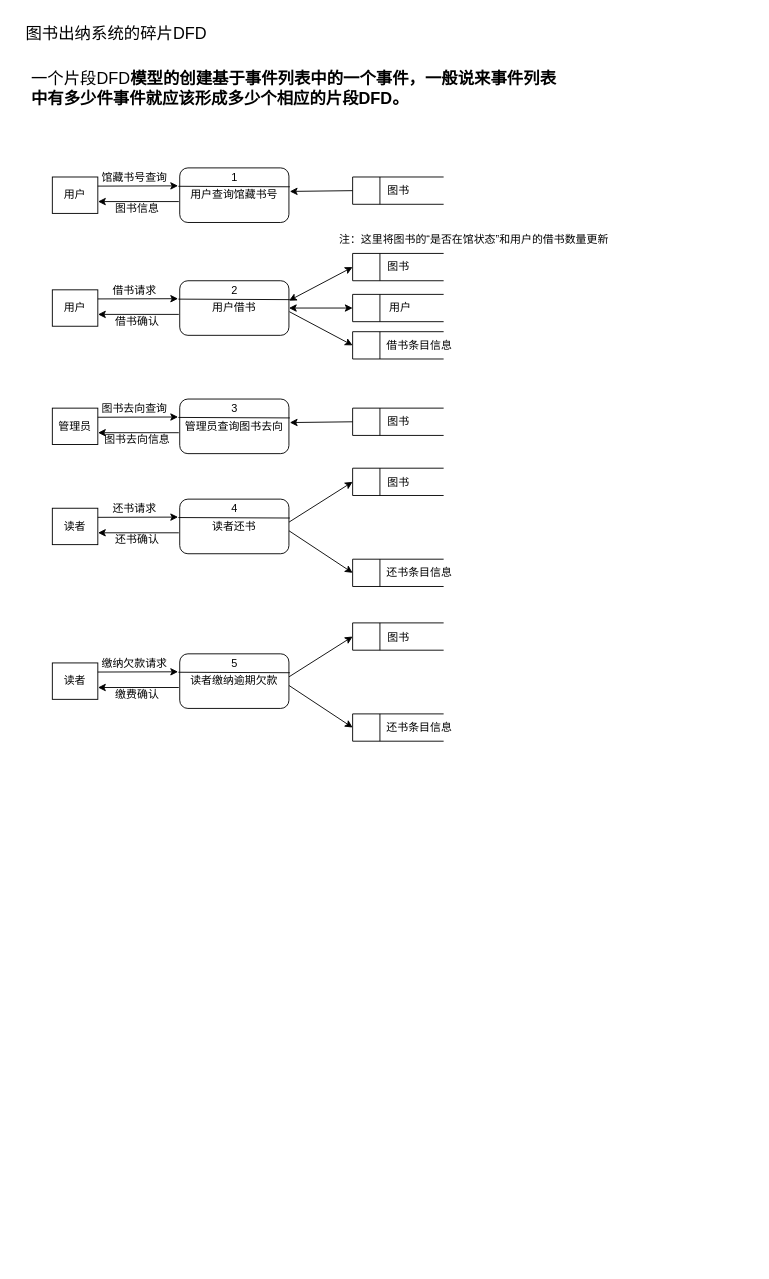
Above: Untitled Diagram.drawio in nju123/R (draw.io), before the change. Source tidied: cells renumbered, new cells numbered last; positions are measured from the earlier drawing's top-left corner, leaving out a move shared by most shapes. Both pictures are drawn from the tidied source at 91%, with x=0, y=0 at pixel (15, 15).
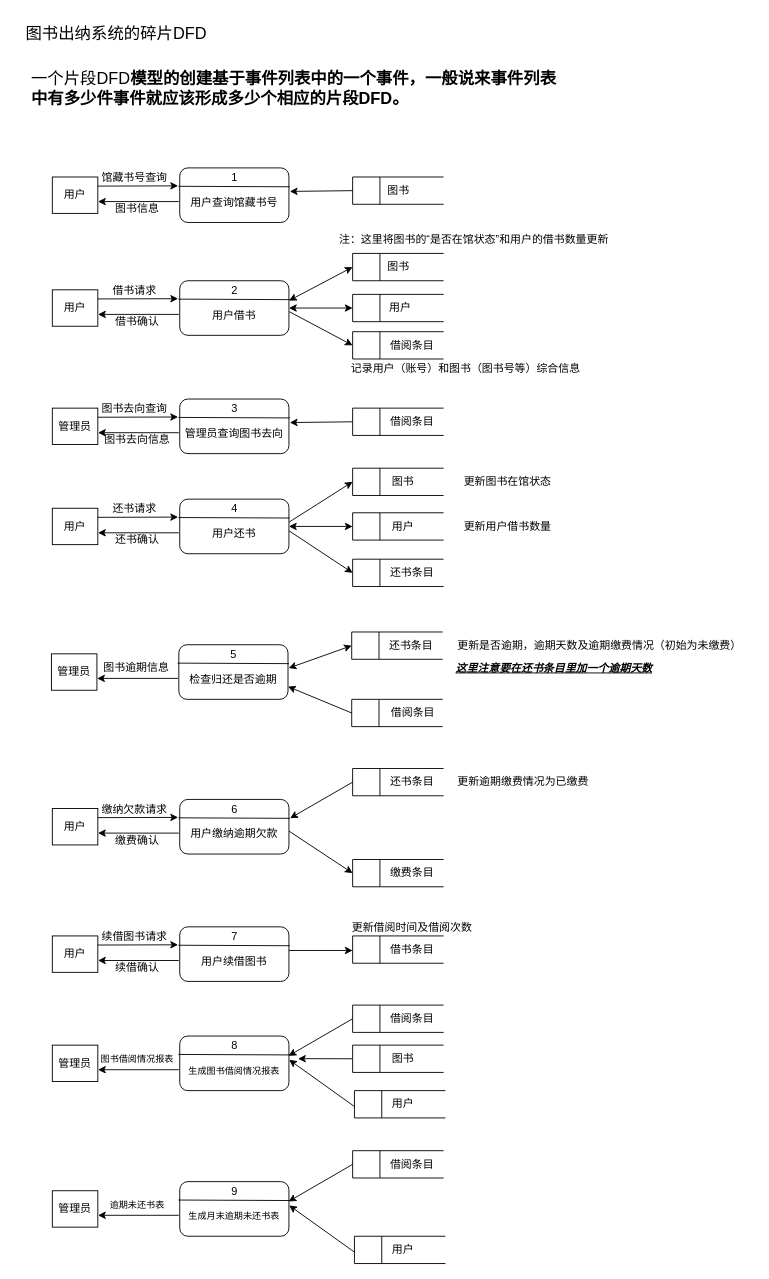
The same diagram, later.

Change to the diagram source:
```diff
@@
-    <mxCell id="4" value="用户查询馆藏书号" style="rounded=1;whiteSpace=wrap;html=1;" parent="1" vertex="1">
+    <mxCell id="4" value="&lt;br&gt;用户查询馆藏书号" style="rounded=1;whiteSpace=wrap;html=1;" parent="1" vertex="1">
       <mxGeometry x="180" y="167" width="120" height="60" as="geometry" />
     </mxCell>
@@
-    <mxCell id="15" value="用户借书" style="rounded=1;whiteSpace=wrap;html=1;" parent="1" vertex="1">
+    <mxCell id="15" value="&lt;br&gt;用户借书" style="rounded=1;whiteSpace=wrap;html=1;" parent="1" vertex="1">
       <mxGeometry x="180" y="291" width="120" height="60" as="geometry" />
     </mxCell>
@@
-    <mxCell id="26" value="借书条目信息" style="text;html=1;align=center;verticalAlign=middle;strokeColor=none;fillColor=none;" parent="1" vertex="1">
-      <mxGeometry x="393" y="347" width="100" height="30" as="geometry" />
+    <mxCell id="26" value="借阅条目" style="text;html=1;align=center;verticalAlign=middle;strokeColor=none;fillColor=none;" parent="1" vertex="1">
+      <mxGeometry x="400" y="347" width="70" height="30" as="geometry" />
     </mxCell>
@@
-    <mxCell id="28" value="管理员查询图书去向" style="rounded=1;whiteSpace=wrap;html=1;" parent="1" vertex="1">
+    <mxCell id="28" value="&lt;br&gt;管理员查询图书去向" style="rounded=1;whiteSpace=wrap;html=1;" parent="1" vertex="1">
       <mxGeometry x="180" y="421" width="120" height="60" as="geometry" />
     </mxCell>
@@
-    <mxCell id="37" value="图书" style="text;html=1;align=center;verticalAlign=middle;strokeColor=none;fillColor=none;" parent="1" vertex="1">
-      <mxGeometry x="395" y="431" width="50" height="30" as="geometry" />
+    <mxCell id="37" value="借阅条目" style="text;html=1;align=center;verticalAlign=middle;strokeColor=none;fillColor=none;" parent="1" vertex="1">
+      <mxGeometry x="400" y="431" width="70" height="30" as="geometry" />
     </mxCell>
@@
-    <mxCell id="41" value="读者还书" style="rounded=1;whiteSpace=wrap;html=1;" parent="1" vertex="1">
+    <mxCell id="41" value="&lt;br&gt;用户还书" style="rounded=1;whiteSpace=wrap;html=1;" parent="1" vertex="1">
       <mxGeometry x="180" y="531" width="120" height="60" as="geometry" />
     </mxCell>
@@
-    <mxCell id="44" value="读者" style="html=1;dashed=0;whiteSpace=wrap;" parent="1" vertex="1">
+    <mxCell id="44" value="用户" style="html=1;dashed=0;whiteSpace=wrap;" parent="1" vertex="1">
       <mxGeometry x="40" y="541" width="50" height="40" as="geometry" />
     </mxCell>
@@
     <mxCell id="50" value="图书" style="text;html=1;align=center;verticalAlign=middle;strokeColor=none;fillColor=none;" parent="1" vertex="1">
-      <mxGeometry x="395" y="498" width="50" height="30" as="geometry" />
+      <mxGeometry x="400" y="497" width="50" height="30" as="geometry" />
     </mxCell>
@@
-    <mxCell id="54" value="还书条目信息" style="text;html=1;align=center;verticalAlign=middle;strokeColor=none;fillColor=none;" parent="1" vertex="1">
-      <mxGeometry x="393" y="597" width="100" height="30" as="geometry" />
+    <mxCell id="54" value="还书条目" style="text;html=1;align=center;verticalAlign=middle;strokeColor=none;fillColor=none;" parent="1" vertex="1">
+      <mxGeometry x="400" y="597" width="70" height="30" as="geometry" />
     </mxCell>
-    <mxCell id="55" value="读者缴纳逾期欠款" style="rounded=1;whiteSpace=wrap;html=1;" parent="1" vertex="1">
-      <mxGeometry x="180" y="701" width="120" height="60" as="geometry" />
+    <mxCell id="55" value="&lt;br&gt;用户缴纳逾期欠款" style="rounded=1;whiteSpace=wrap;html=1;" parent="1" vertex="1">
+      <mxGeometry x="180" y="861" width="120" height="60" as="geometry" />
     </mxCell>
@@
-    <mxCell id="57" value="5" style="text;html=1;align=center;verticalAlign=middle;strokeColor=none;fillColor=none;" parent="1" vertex="1">
-      <mxGeometry x="225" y="697" width="30" height="30" as="geometry" />
+    <mxCell id="57" value="6" style="text;html=1;align=center;verticalAlign=middle;strokeColor=none;fillColor=none;" parent="1" vertex="1">
+      <mxGeometry x="225" y="857" width="30" height="30" as="geometry" />
     </mxCell>
-    <mxCell id="58" value="读者" style="html=1;dashed=0;whiteSpace=wrap;" parent="1" vertex="1">
-      <mxGeometry x="40" y="711" width="50" height="40" as="geometry" />
+    <mxCell id="58" value="用户" style="html=1;dashed=0;whiteSpace=wrap;" parent="1" vertex="1">
+      <mxGeometry x="40" y="871" width="50" height="40" as="geometry" />
     </mxCell>
@@
     <mxCell id="60" value="缴纳欠款请求" style="text;html=1;align=center;verticalAlign=middle;strokeColor=none;fillColor=none;" parent="1" vertex="1">
-      <mxGeometry x="80" y="697" width="100" height="30" as="geometry" />
+      <mxGeometry x="80" y="857" width="100" height="30" as="geometry" />
     </mxCell>
     <mxCell id="61" style="endArrow=classic;html=1;rounded=0;entryX=1.005;entryY=0.625;entryDx=0;entryDy=0;entryPerimeter=0;" parent="1" edge="1">
       <mxGeometry relative="1" as="geometry">
-        <mxPoint x="179" y="738" as="sourcePoint" />
-        <mxPoint x="90.2" y="738" as="targetPoint" />
+        <mxPoint x="179" y="898" as="sourcePoint" />
+        <mxPoint x="90.2" y="898" as="targetPoint" />
       </mxGeometry>
     </mxCell>
     <mxCell id="62" value="缴费确认" style="text;html=1;align=center;verticalAlign=middle;strokeColor=none;fillColor=none;" parent="1" vertex="1">
-      <mxGeometry x="98" y="731" width="70" height="30" as="geometry" />
+      <mxGeometry x="98" y="891" width="70" height="30" as="geometry" />
     </mxCell>
     <mxCell id="63" style="html=1;dashed=0;whiteSpace=wrap;shape=mxgraph.dfd.dataStoreID;align=left;spacingLeft=3;points=[[0,0],[0.5,0],[1,0],[0,0.5],[1,0.5],[0,1],[0.5,1],[1,1]];" parent="1" vertex="1">
-      <mxGeometry x="370" y="667" width="100" height="30" as="geometry" />
+      <mxGeometry x="370" y="827" width="100" height="30" as="geometry" />
     </mxCell>
-    <mxCell id="64" value="图书" style="text;html=1;align=center;verticalAlign=middle;strokeColor=none;fillColor=none;" parent="1" vertex="1">
-      <mxGeometry x="395" y="668" width="50" height="30" as="geometry" />
+    <mxCell id="64" value="还书条目" style="text;html=1;align=center;verticalAlign=middle;strokeColor=none;fillColor=none;" parent="1" vertex="1">
+      <mxGeometry x="400" y="827" width="70" height="30" as="geometry" />
     </mxCell>
-    <mxCell id="65" style="endArrow=classic;html=1;rounded=0;entryX=0;entryY=0.5;entryDx=0;entryDy=0;exitX=1.001;exitY=0.421;exitDx=0;exitDy=0;exitPerimeter=0;" parent="1" edge="1" source="55" target="63">
-      <mxGeometry relative="1" as="geometry" />
-    </mxCell>
     <mxCell id="66" style="html=1;dashed=0;whiteSpace=wrap;shape=mxgraph.dfd.dataStoreID;align=left;spacingLeft=3;points=[[0,0],[0.5,0],[1,0],[0,0.5],[1,0.5],[0,1],[0.5,1],[1,1]];" parent="1" vertex="1">
-      <mxGeometry x="370" y="767" width="100" height="30" as="geometry" />
+      <mxGeometry x="370" y="927" width="100" height="30" as="geometry" />
     </mxCell>
@@
-    <mxCell id="68" value="还书条目信息" style="text;html=1;align=center;verticalAlign=middle;strokeColor=none;fillColor=none;" parent="1" vertex="1">
-      <mxGeometry x="393" y="767" width="100" height="30" as="geometry" />
+    <mxCell id="68" value="缴费条目" style="text;html=1;align=center;verticalAlign=middle;strokeColor=none;fillColor=none;" parent="1" vertex="1">
+      <mxGeometry x="400" y="927" width="70" height="30" as="geometry" />
     </mxCell>
@@
+    <mxCell id="72" value="&lt;br&gt;用户续借图书" style="rounded=1;whiteSpace=wrap;html=1;" parent="1" vertex="1">
+      <mxGeometry x="180" y="1001" width="120" height="60" as="geometry" />
+    </mxCell>
+    <mxCell id="73" style="endArrow=none;html=1;rounded=0;exitX=-0.012;exitY=0.337;exitDx=0;exitDy=0;exitPerimeter=0;entryX=1.008;entryY=0.346;entryDx=0;entryDy=0;entryPerimeter=0;" parent="1" edge="1" source="72" target="72">
+      <mxGeometry relative="1" as="geometry" />
+    </mxCell>
+    <mxCell id="74" value="7" style="text;html=1;align=center;verticalAlign=middle;strokeColor=none;fillColor=none;" parent="1" vertex="1">
+      <mxGeometry x="225" y="997" width="30" height="30" as="geometry" />
+    </mxCell>
+    <mxCell id="75" value="用户" style="html=1;dashed=0;whiteSpace=wrap;" parent="1" vertex="1">
+      <mxGeometry x="40" y="1011" width="50" height="40" as="geometry" />
+    </mxCell>
+    <mxCell id="76" style="endArrow=classic;html=1;rounded=0;exitX=1;exitY=0.25;exitDx=0;exitDy=0;entryX=-0.015;entryY=0.329;entryDx=0;entryDy=0;entryPerimeter=0;" parent="1" edge="1" source="75" target="72">
+      <mxGeometry relative="1" as="geometry" />
+    </mxCell>
+    <mxCell id="77" value="续借图书请求" style="text;html=1;align=center;verticalAlign=middle;strokeColor=none;fillColor=none;" parent="1" vertex="1">
+      <mxGeometry x="80" y="997" width="100" height="30" as="geometry" />
+    </mxCell>
+    <mxCell id="78" style="endArrow=classic;html=1;rounded=0;entryX=1.005;entryY=0.625;entryDx=0;entryDy=0;entryPerimeter=0;" parent="1" edge="1">
+      <mxGeometry relative="1" as="geometry">
+        <mxPoint x="179" y="1038" as="sourcePoint" />
+        <mxPoint x="90.2" y="1038" as="targetPoint" />
+      </mxGeometry>
+    </mxCell>
+    <mxCell id="79" value="续借确认" style="text;html=1;align=center;verticalAlign=middle;strokeColor=none;fillColor=none;" parent="1" vertex="1">
+      <mxGeometry x="98" y="1031" width="70" height="30" as="geometry" />
+    </mxCell>
+    <mxCell id="80" style="html=1;dashed=0;whiteSpace=wrap;shape=mxgraph.dfd.dataStoreID;align=left;spacingLeft=3;" parent="1" vertex="1">
+      <mxGeometry x="370" y="1011" width="100" height="30" as="geometry" />
+    </mxCell>
+    <mxCell id="81" value="借书条目" style="text;html=1;align=center;verticalAlign=middle;strokeColor=none;fillColor=none;" parent="1" vertex="1">
+      <mxGeometry x="400" y="1011" width="70" height="30" as="geometry" />
+    </mxCell>
+    <mxCell id="82" style="endArrow=classic;html=1;rounded=0;" parent="1" edge="1">
+      <mxGeometry relative="1" as="geometry">
+        <mxPoint x="300" y="1027" as="sourcePoint" />
+        <mxPoint x="370" y="1027" as="targetPoint" />
+        <Array as="points">
+          <mxPoint x="310" y="1027" />
+        </Array>
+      </mxGeometry>
+    </mxCell>
+    <mxCell id="83" value="更新借阅时间及借阅次数" style="text;html=1;align=center;verticalAlign=middle;strokeColor=none;fillColor=none;" parent="1" vertex="1">
+      <mxGeometry x="355" y="987" width="160" height="30" as="geometry" />
+    </mxCell>
+    <mxCell id="84" style="endArrow=classic;html=1;rounded=0;exitX=0;exitY=0.5;exitDx=0;exitDy=0;entryX=1.011;entryY=0.344;entryDx=0;entryDy=0;entryPerimeter=0;" parent="1" edge="1" source="63" target="55">
+      <mxGeometry relative="1" as="geometry" />
+    </mxCell>
+    <mxCell id="85" value="更新图书在馆状态" style="text;html=1;align=center;verticalAlign=middle;strokeColor=none;fillColor=none;" parent="1" vertex="1">
+      <mxGeometry x="480" y="497" width="120" height="30" as="geometry" />
+    </mxCell>
+    <mxCell id="86" style="html=1;dashed=0;whiteSpace=wrap;shape=mxgraph.dfd.dataStoreID;align=left;spacingLeft=3;points=[[0,0],[0.5,0],[1,0],[0,0.5],[1,0.5],[0,1],[0.5,1],[1,1]];" parent="1" vertex="1">
+      <mxGeometry x="370" y="546" width="100" height="30" as="geometry" />
+    </mxCell>
+    <mxCell id="87" value="用户" style="text;html=1;align=center;verticalAlign=middle;strokeColor=none;fillColor=none;" parent="1" vertex="1">
+      <mxGeometry x="400" y="546" width="50" height="30" as="geometry" />
+    </mxCell>
+    <mxCell id="88" style="endArrow=classic;startArrow=classic;html=1;rounded=0;exitX=1;exitY=0.5;exitDx=0;exitDy=0;entryX=0;entryY=0.5;entryDx=0;entryDy=0;" parent="1" edge="1" target="86">
+      <mxGeometry relative="1" as="geometry">
+        <mxPoint x="300" y="561" as="sourcePoint" />
+      </mxGeometry>
+    </mxCell>
+    <mxCell id="89" value="更新用户借书数量" style="text;html=1;align=center;verticalAlign=middle;strokeColor=none;fillColor=none;" parent="1" vertex="1">
+      <mxGeometry x="480" y="546" width="120" height="30" as="geometry" />
+    </mxCell>
+    <mxCell id="90" value="记录用户（账号）和图书（图书号等）综合信息" style="text;html=1;align=center;verticalAlign=middle;strokeColor=none;fillColor=none;" parent="1" vertex="1">
+      <mxGeometry x="354" y="373" width="280" height="30" as="geometry" />
+    </mxCell>
+    <mxCell id="91" value="&lt;br&gt;检查归还是否逾期" style="rounded=1;whiteSpace=wrap;html=1;" parent="1" vertex="1">
+      <mxGeometry x="179" y="691" width="120" height="60" as="geometry" />
+    </mxCell>
+    <mxCell id="92" style="endArrow=none;html=1;rounded=0;exitX=-0.012;exitY=0.337;exitDx=0;exitDy=0;exitPerimeter=0;entryX=1.008;entryY=0.346;entryDx=0;entryDy=0;entryPerimeter=0;" parent="1" edge="1" source="91" target="91">
+      <mxGeometry relative="1" as="geometry" />
+    </mxCell>
+    <mxCell id="93" value="5" style="text;html=1;align=center;verticalAlign=middle;strokeColor=none;fillColor=none;" parent="1" vertex="1">
+      <mxGeometry x="224" y="687" width="30" height="30" as="geometry" />
+    </mxCell>
+    <mxCell id="94" value="管理员" style="html=1;dashed=0;whiteSpace=wrap;" parent="1" vertex="1">
+      <mxGeometry x="39" y="701" width="50" height="40" as="geometry" />
+    </mxCell>
+    <mxCell id="95" style="endArrow=classic;html=1;rounded=0;entryX=1.005;entryY=0.625;entryDx=0;entryDy=0;entryPerimeter=0;" parent="1" edge="1">
+      <mxGeometry relative="1" as="geometry">
+        <mxPoint x="178" y="728" as="sourcePoint" />
+        <mxPoint x="89.2" y="728" as="targetPoint" />
+      </mxGeometry>
+    </mxCell>
+    <mxCell id="96" value="图书逾期信息" style="text;html=1;align=center;verticalAlign=middle;strokeColor=none;fillColor=none;" parent="1" vertex="1">
+      <mxGeometry x="82" y="701" width="100" height="30" as="geometry" />
+    </mxCell>
+    <mxCell id="97" style="html=1;dashed=0;whiteSpace=wrap;shape=mxgraph.dfd.dataStoreID;align=left;spacingLeft=3;points=[[0,0],[0.5,0],[1,0],[0,0.5],[1,0.5],[0,1],[0.5,1],[1,1]];" parent="1" vertex="1">
+      <mxGeometry x="369" y="677" width="100" height="30" as="geometry" />
+    </mxCell>
+    <mxCell id="98" value="还书条目" style="text;html=1;align=center;verticalAlign=middle;strokeColor=none;fillColor=none;" parent="1" vertex="1">
+      <mxGeometry x="399" y="677" width="70" height="30" as="geometry" />
+    </mxCell>
+    <mxCell id="99" style="endArrow=classic;startArrow=classic;html=1;rounded=0;entryX=0;entryY=0.5;entryDx=0;entryDy=0;exitX=1.006;exitY=0.428;exitDx=0;exitDy=0;exitPerimeter=0;" parent="1" edge="1" source="91" target="97">
+      <mxGeometry relative="1" as="geometry" />
+    </mxCell>
+    <mxCell id="100" value="更新是否逾期，逾期天数及逾期缴费情况（初始为未缴费）" style="text;html=1;align=center;verticalAlign=middle;strokeColor=none;fillColor=none;" parent="1" vertex="1">
+      <mxGeometry x="471" y="677" width="340" height="30" as="geometry" />
+    </mxCell>
+    <mxCell id="101" value="&lt;b&gt;&lt;i&gt;&lt;u&gt;这里注意要在还书条目里加一个逾期天数&lt;/u&gt;&lt;/i&gt;&lt;/b&gt;" style="text;html=1;align=center;verticalAlign=middle;strokeColor=none;fillColor=none;" parent="1" vertex="1">
+      <mxGeometry x="471" y="702" width="240" height="30" as="geometry" />
+    </mxCell>
+    <mxCell id="102" value="&lt;font style=&quot;font-size: 10px;&quot;&gt;&lt;br&gt;生成图书借阅情况报表&lt;/font&gt;" style="rounded=1;whiteSpace=wrap;html=1;" parent="1" vertex="1">
+      <mxGeometry x="180" y="1121" width="120" height="60" as="geometry" />
+    </mxCell>
+    <mxCell id="103" style="endArrow=none;html=1;rounded=0;exitX=-0.012;exitY=0.337;exitDx=0;exitDy=0;exitPerimeter=0;entryX=1.008;entryY=0.346;entryDx=0;entryDy=0;entryPerimeter=0;" parent="1" edge="1" source="102" target="102">
+      <mxGeometry relative="1" as="geometry" />
+    </mxCell>
+    <mxCell id="104" value="8" style="text;html=1;align=center;verticalAlign=middle;strokeColor=none;fillColor=none;" parent="1" vertex="1">
+      <mxGeometry x="225" y="1117" width="30" height="30" as="geometry" />
+    </mxCell>
+    <mxCell id="105" value="管理员" style="html=1;dashed=0;whiteSpace=wrap;" parent="1" vertex="1">
+      <mxGeometry x="40" y="1131" width="50" height="40" as="geometry" />
+    </mxCell>
+    <mxCell id="106" style="endArrow=classic;html=1;rounded=0;entryX=1.005;entryY=0.625;entryDx=0;entryDy=0;entryPerimeter=0;" parent="1" edge="1">
+      <mxGeometry relative="1" as="geometry">
+        <mxPoint x="179" y="1158" as="sourcePoint" />
+        <mxPoint x="90.2" y="1158" as="targetPoint" />
+      </mxGeometry>
+    </mxCell>
+    <mxCell id="107" value="&lt;font style=&quot;font-size: 10px;&quot;&gt;图书借阅情况报表&lt;/font&gt;" style="text;html=1;align=center;verticalAlign=middle;strokeColor=none;fillColor=none;" parent="1" vertex="1">
+      <mxGeometry x="83" y="1131" width="100" height="30" as="geometry" />
+    </mxCell>
+    <mxCell id="108" style="html=1;dashed=0;whiteSpace=wrap;shape=mxgraph.dfd.dataStoreID;align=left;spacingLeft=3;points=[[0,0],[0.5,0],[1,0],[0,0.5],[1,0.5],[0,1],[0.5,1],[1,1]];" parent="1" vertex="1">
+      <mxGeometry x="370" y="1087" width="100" height="30" as="geometry" />
+    </mxCell>
+    <mxCell id="109" value="借阅条目" style="text;html=1;align=center;verticalAlign=middle;strokeColor=none;fillColor=none;" parent="1" vertex="1">
+      <mxGeometry x="400" y="1087" width="70" height="30" as="geometry" />
+    </mxCell>
+    <mxCell id="110" style="endArrow=classic;html=1;rounded=0;exitX=0;exitY=0.5;exitDx=0;exitDy=0;entryX=0.997;entryY=0.363;entryDx=0;entryDy=0;entryPerimeter=0;" parent="1" edge="1" source="108" target="102">
+      <mxGeometry relative="1" as="geometry" />
+    </mxCell>
+    <mxCell id="111" style="html=1;dashed=0;whiteSpace=wrap;shape=mxgraph.dfd.dataStoreID;align=left;spacingLeft=3;points=[[0,0],[0.5,0],[1,0],[0,0.5],[1,0.5],[0,1],[0.5,1],[1,1]];" parent="1" vertex="1">
+      <mxGeometry x="372" y="1181" width="100" height="30" as="geometry" />
+    </mxCell>
+    <mxCell id="112" style="endArrow=classic;html=1;rounded=0;entryX=1.002;entryY=0.435;entryDx=0;entryDy=0;entryPerimeter=0;exitX=0.001;exitY=0.584;exitDx=0;exitDy=0;exitPerimeter=0;" parent="1" edge="1" source="111" target="102">
+      <mxGeometry relative="1" as="geometry" />
+    </mxCell>
+    <mxCell id="113" value="用户" style="text;html=1;align=center;verticalAlign=middle;strokeColor=none;fillColor=none;" parent="1" vertex="1">
+      <mxGeometry x="400" y="1181" width="50" height="30" as="geometry" />
+    </mxCell>
+    <mxCell id="114" style="html=1;dashed=0;whiteSpace=wrap;shape=mxgraph.dfd.dataStoreID;align=left;spacingLeft=3;points=[[0,0],[0.5,0],[1,0],[0,0.5],[1,0.5],[0,1],[0.5,1],[1,1]];" parent="1" vertex="1">
+      <mxGeometry x="369" y="751" width="100" height="30" as="geometry" />
+    </mxCell>
+    <mxCell id="115" style="endArrow=classic;html=1;rounded=0;exitX=0;exitY=0.5;exitDx=0;exitDy=0;" parent="1" edge="1" source="114">
+      <mxGeometry relative="1" as="geometry">
+        <mxPoint x="299" y="737" as="targetPoint" />
+      </mxGeometry>
+    </mxCell>
+    <mxCell id="116" value="借阅条目" style="text;html=1;align=center;verticalAlign=middle;strokeColor=none;fillColor=none;" parent="1" vertex="1">
+      <mxGeometry x="401" y="751" width="70" height="30" as="geometry" />
+    </mxCell>
+    <mxCell id="117" value="&lt;font style=&quot;font-size: 10px;&quot;&gt;&lt;br&gt;生成月末逾期未还书表&lt;/font&gt;" style="rounded=1;whiteSpace=wrap;html=1;" parent="1" vertex="1">
+      <mxGeometry x="180" y="1281" width="120" height="60" as="geometry" />
+    </mxCell>
+    <mxCell id="118" style="endArrow=none;html=1;rounded=0;exitX=-0.012;exitY=0.337;exitDx=0;exitDy=0;exitPerimeter=0;entryX=1.008;entryY=0.346;entryDx=0;entryDy=0;entryPerimeter=0;" parent="1" edge="1" source="117" target="117">
+      <mxGeometry relative="1" as="geometry" />
+    </mxCell>
+    <mxCell id="119" value="9" style="text;html=1;align=center;verticalAlign=middle;strokeColor=none;fillColor=none;" parent="1" vertex="1">
+      <mxGeometry x="225" y="1277" width="30" height="30" as="geometry" />
+    </mxCell>
+    <mxCell id="120" value="管理员" style="html=1;dashed=0;whiteSpace=wrap;" parent="1" vertex="1">
+      <mxGeometry x="40" y="1291" width="50" height="40" as="geometry" />
+    </mxCell>
+    <mxCell id="121" style="endArrow=classic;html=1;rounded=0;entryX=1.005;entryY=0.625;entryDx=0;entryDy=0;entryPerimeter=0;" parent="1" edge="1">
+      <mxGeometry relative="1" as="geometry">
+        <mxPoint x="179" y="1318" as="sourcePoint" />
+        <mxPoint x="90.2" y="1318" as="targetPoint" />
+      </mxGeometry>
+    </mxCell>
+    <mxCell id="122" value="&lt;font style=&quot;font-size: 10px;&quot;&gt;逾期未还书表&lt;/font&gt;" style="text;html=1;align=center;verticalAlign=middle;strokeColor=none;fillColor=none;" parent="1" vertex="1">
+      <mxGeometry x="93" y="1291" width="80" height="30" as="geometry" />
+    </mxCell>
+    <mxCell id="123" style="html=1;dashed=0;whiteSpace=wrap;shape=mxgraph.dfd.dataStoreID;align=left;spacingLeft=3;points=[[0,0],[0.5,0],[1,0],[0,0.5],[1,0.5],[0,1],[0.5,1],[1,1]];" parent="1" vertex="1">
+      <mxGeometry x="370" y="1247" width="100" height="30" as="geometry" />
+    </mxCell>
+    <mxCell id="124" value="借阅条目" style="text;html=1;align=center;verticalAlign=middle;strokeColor=none;fillColor=none;" parent="1" vertex="1">
+      <mxGeometry x="400" y="1247" width="70" height="30" as="geometry" />
+    </mxCell>
+    <mxCell id="125" style="endArrow=classic;html=1;rounded=0;exitX=0;exitY=0.5;exitDx=0;exitDy=0;entryX=0.997;entryY=0.363;entryDx=0;entryDy=0;entryPerimeter=0;" parent="1" edge="1" source="123" target="117">
+      <mxGeometry relative="1" as="geometry" />
+    </mxCell>
+    <mxCell id="126" style="html=1;dashed=0;whiteSpace=wrap;shape=mxgraph.dfd.dataStoreID;align=left;spacingLeft=3;points=[[0,0],[0.5,0],[1,0],[0,0.5],[1,0.5],[0,1],[0.5,1],[1,1]];" parent="1" vertex="1">
+      <mxGeometry x="372" y="1341" width="100" height="30" as="geometry" />
+    </mxCell>
+    <mxCell id="127" style="endArrow=classic;html=1;rounded=0;entryX=1.002;entryY=0.435;entryDx=0;entryDy=0;entryPerimeter=0;exitX=0.001;exitY=0.584;exitDx=0;exitDy=0;exitPerimeter=0;" parent="1" edge="1" source="126" target="117">
+      <mxGeometry relative="1" as="geometry" />
+    </mxCell>
+    <mxCell id="128" value="用户" style="text;html=1;align=center;verticalAlign=middle;strokeColor=none;fillColor=none;" parent="1" vertex="1">
+      <mxGeometry x="400" y="1341" width="50" height="30" as="geometry" />
+    </mxCell>
+    <mxCell id="129" style="endArrow=classic;html=1;rounded=0;" parent="1" edge="1">
+      <mxGeometry relative="1" as="geometry">
+        <mxPoint x="370" y="1146" as="sourcePoint" />
+        <mxPoint x="310" y="1145.9" as="targetPoint" />
+        <Array as="points">
+          <mxPoint x="340" y="1145.9" />
+        </Array>
+      </mxGeometry>
+    </mxCell>
+    <mxCell id="130" style="html=1;dashed=0;whiteSpace=wrap;shape=mxgraph.dfd.dataStoreID;align=left;spacingLeft=3;" parent="1" vertex="1">
+      <mxGeometry x="370" y="1131" width="100" height="30" as="geometry" />
+    </mxCell>
+    <mxCell id="131" value="图书" style="text;html=1;align=center;verticalAlign=middle;strokeColor=none;fillColor=none;" parent="1" vertex="1">
+      <mxGeometry x="400" y="1131" width="50" height="30" as="geometry" />
+    </mxCell>
+    <mxCell id="132" value="更新逾期缴费情况为已缴费" style="text;html=1;align=center;verticalAlign=middle;strokeColor=none;fillColor=none;" parent="1" vertex="1">
+      <mxGeometry x="472" y="827" width="170" height="30" as="geometry" />
+    </mxCell>
```
